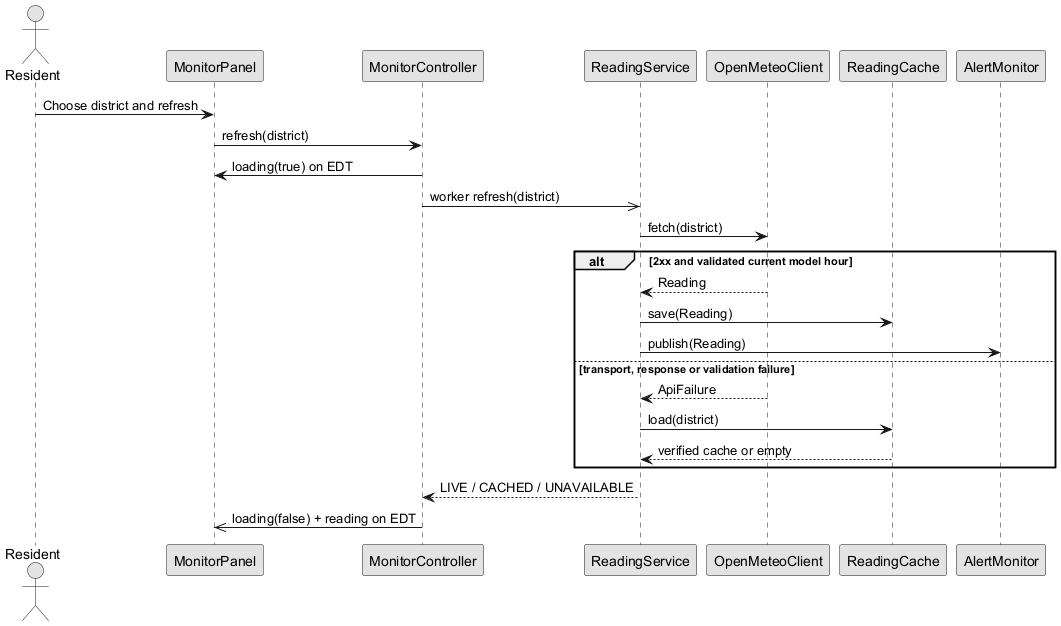
The PlantUML diagram diagrams/refresh-sequence.png in ThatsNolz/csc61204-kl-air-and-parks, before a commit.
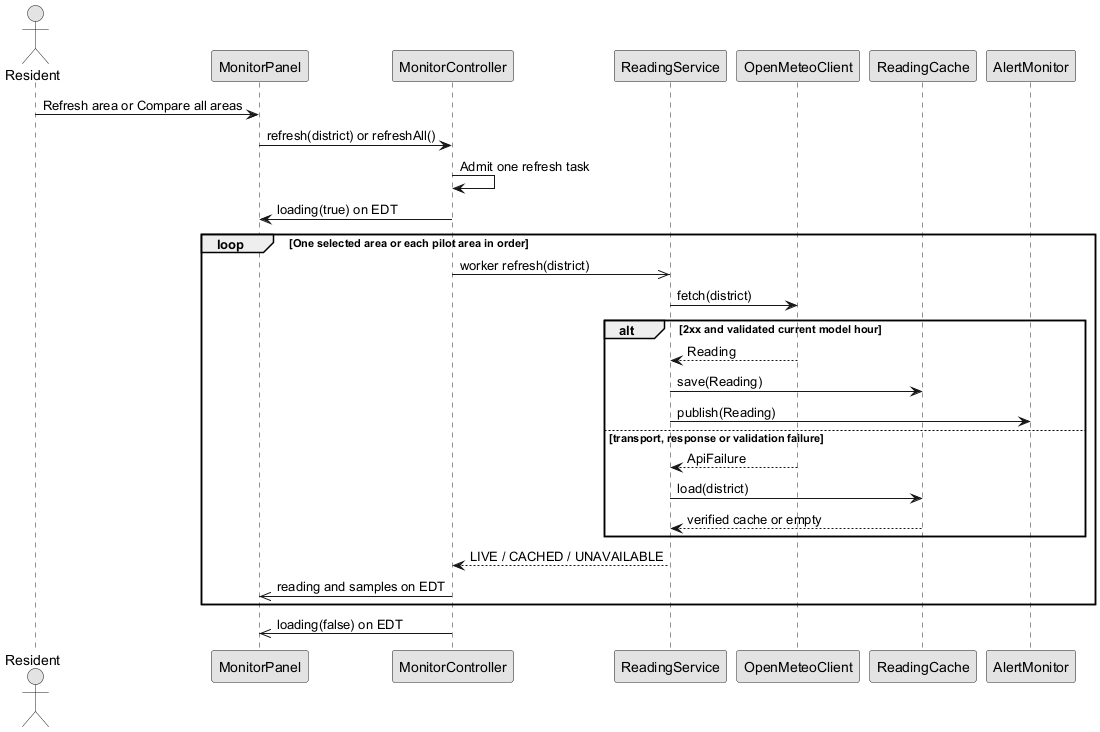
Later version of the same file.

What changed in the source:
```diff
@@ -7,9 +7,11 @@
 participant OpenMeteoClient
 participant ReadingCache
 participant AlertMonitor
-Resident -> MonitorPanel: Choose district and refresh
-MonitorPanel -> MonitorController: refresh(district)
+Resident -> MonitorPanel: Refresh area or Compare all areas
+MonitorPanel -> MonitorController: refresh(district) or refreshAll()
+MonitorController -> MonitorController: Admit one refresh task
 MonitorController -> MonitorPanel: loading(true) on EDT
+loop One selected area or each pilot area in order
 MonitorController ->> ReadingService: worker refresh(district)
 ReadingService -> OpenMeteoClient: fetch(district)
 alt 2xx and validated current model hour
@@ -22,5 +24,7 @@
 ReadingCache --> ReadingService: verified cache or empty
 end
 ReadingService --> MonitorController: LIVE / CACHED / UNAVAILABLE
-MonitorController ->> MonitorPanel: loading(false) + reading on EDT
+MonitorController ->> MonitorPanel: reading and samples on EDT
+end
+MonitorController ->> MonitorPanel: loading(false) on EDT
 @enduml
```
